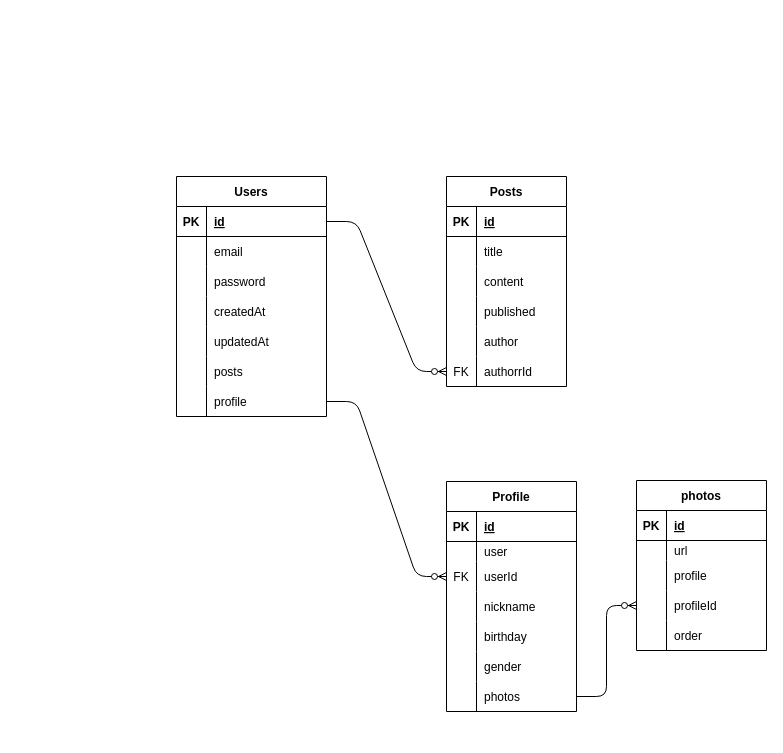
Before: er.dio in yuki-maeda-knowable/nextjs-typescript-prisma-supabase-app, a draw.io diagram. Source tidied: cells renumbered, new cells numbered last; positions are measured from the earlier drawing's top-left corner, leaving out a move shared by most shapes. Both pictures are drawn from the tidied source at 100%, with x=0, y=0 at pixel (176, 176).
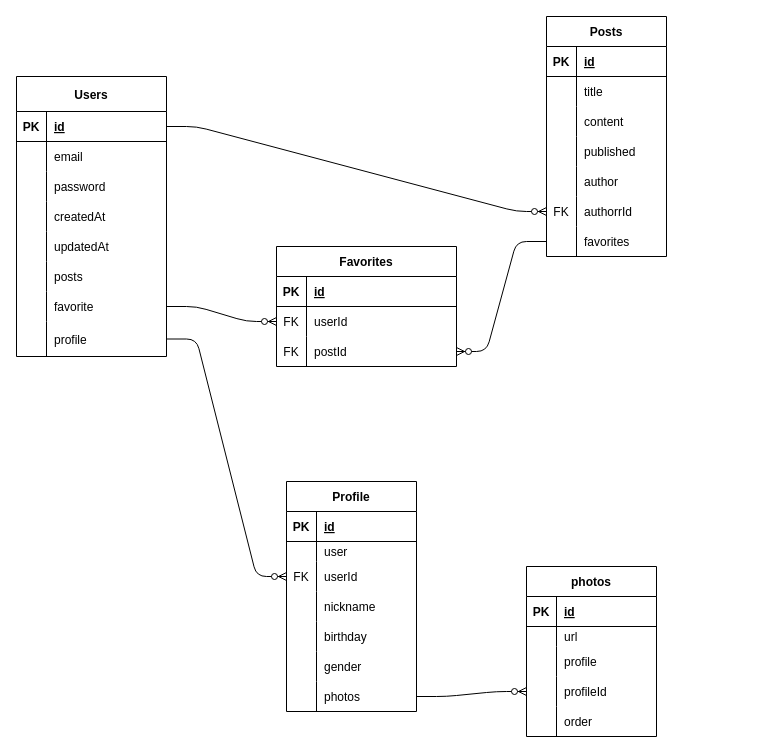
The same page after the edit.

What changed in the source:
```diff
@@
-    <mxCell id="2" value="Users" style="shape=table;startSize=30;childLayout=tableLayout;rowLines=0;fontStyle=1;align=center;" parent="1" vertex="1">
-      <mxGeometry width="150" height="240" as="geometry" />
+    <mxCell id="2" value="Users" style="shape=table;startSize=35;childLayout=tableLayout;rowLines=0;fontStyle=1;align=center;" parent="1" vertex="1">
+      <mxGeometry x="-160" y="-100" width="150" height="280" as="geometry" />
     </mxCell>
     <mxCell id="3" style="shape=tableRow;horizontal=0;startSize=0;swimlaneHead=0;swimlaneBody=0;fillColor=none;points=[[0,0.5],[1,0.5]];portConstraint=eastwest;top=0;left=0;right=0;bottom=1;" parent="2" vertex="1">
-      <mxGeometry y="30" width="150" height="30" as="geometry" />
+      <mxGeometry y="35" width="150" height="30" as="geometry" />
     </mxCell>
@@
     <mxCell id="6" style="shape=tableRow;horizontal=0;startSize=0;swimlaneHead=0;swimlaneBody=0;fillColor=none;top=0;left=0;right=0;bottom=0;" parent="2" vertex="1">
-      <mxGeometry y="60" width="150" height="30" as="geometry" />
+      <mxGeometry y="65" width="150" height="30" as="geometry" />
     </mxCell>
@@
     <mxCell id="9" style="shape=tableRow;horizontal=0;startSize=0;swimlaneHead=0;swimlaneBody=0;fillColor=none;top=0;left=0;right=0;bottom=0;" parent="2" vertex="1">
-      <mxGeometry y="90" width="150" height="30" as="geometry" />
+      <mxGeometry y="95" width="150" height="30" as="geometry" />
     </mxCell>
@@
     <mxCell id="12" style="shape=tableRow;horizontal=0;startSize=0;swimlaneHead=0;swimlaneBody=0;fillColor=none;top=0;left=0;right=0;bottom=0;" parent="2" vertex="1">
-      <mxGeometry y="120" width="150" height="30" as="geometry" />
+      <mxGeometry y="125" width="150" height="30" as="geometry" />
     </mxCell>
@@
     <mxCell id="15" style="shape=tableRow;horizontal=0;startSize=0;swimlaneHead=0;swimlaneBody=0;fillColor=none;top=0;left=0;right=0;bottom=0;" parent="2" vertex="1">
-      <mxGeometry y="150" width="150" height="30" as="geometry" />
+      <mxGeometry y="155" width="150" height="30" as="geometry" />
     </mxCell>
@@
     <mxCell id="18" style="shape=tableRow;horizontal=0;startSize=0;swimlaneHead=0;swimlaneBody=0;fillColor=none;top=0;left=0;right=0;bottom=0;" parent="2" vertex="1">
-      <mxGeometry y="180" width="150" height="30" as="geometry" />
+      <mxGeometry y="185" width="150" height="30" as="geometry" />
     </mxCell>
@@
+    <mxCell id="84" style="shape=tableRow;horizontal=0;startSize=0;swimlaneHead=0;swimlaneBody=0;fillColor=none;points=[[0,0.5],[1,0.5]];portConstraint=eastwest;top=0;left=0;right=0;bottom=0;" parent="2" vertex="1">
+      <mxGeometry y="215" width="150" height="30" as="geometry" />
+    </mxCell>
+    <mxCell id="85" style="shape=partialRectangle;fillColor=none;top=0;left=0;bottom=0;right=0;overflow=hidden;" parent="84" vertex="1">
+      <mxGeometry width="30" height="30" as="geometry" />
+    </mxCell>
+    <mxCell id="86" value="favorite" style="shape=partialRectangle;fillColor=none;top=0;left=0;bottom=0;right=0;align=left;spacingLeft=6;overflow=hidden;" parent="84" vertex="1">
+      <mxGeometry x="30" width="120" height="30" as="geometry" />
+    </mxCell>
     <mxCell id="21" style="shape=tableRow;horizontal=0;startSize=0;swimlaneHead=0;swimlaneBody=0;fillColor=none;points=[[0,0.5],[1,0.5]];portConstraint=eastwest;top=0;left=0;right=0;bottom=0;" parent="2" vertex="1">
-      <mxGeometry y="210" width="150" height="30" as="geometry" />
+      <mxGeometry y="245" width="150" height="35" as="geometry" />
     </mxCell>
     <mxCell id="22" style="shape=partialRectangle;fillColor=none;top=0;left=0;bottom=0;right=0;overflow=hidden;" parent="21" vertex="1">
-      <mxGeometry width="30" height="30" as="geometry" />
+      <mxGeometry width="30" height="35" as="geometry" />
     </mxCell>
     <mxCell id="23" value="profile" style="shape=partialRectangle;fillColor=none;top=0;left=0;bottom=0;right=0;align=left;spacingLeft=6;overflow=hidden;" parent="21" vertex="1">
-      <mxGeometry x="30" width="120" height="30" as="geometry" />
+      <mxGeometry x="30" width="120" height="35" as="geometry" />
     </mxCell>
     <mxCell id="24" value="Posts" style="shape=table;startSize=30;childLayout=tableLayout;rowLines=0;fontStyle=1;align=center;" parent="1" vertex="1">
-      <mxGeometry x="270" width="120" height="210" as="geometry" />
+      <mxGeometry x="370" y="-160" width="120" height="240" as="geometry" />
     </mxCell>
@@
+    <mxCell id="87" style="shape=tableRow;horizontal=0;startSize=0;swimlaneHead=0;swimlaneBody=0;fillColor=none;points=[[0,0.5],[1,0.5]];portConstraint=eastwest;top=0;left=0;right=0;bottom=0;" parent="24" vertex="1">
+      <mxGeometry y="210" width="120" height="30" as="geometry" />
+    </mxCell>
+    <mxCell id="88" style="shape=partialRectangle;fillColor=none;top=0;left=0;bottom=0;right=0;overflow=hidden;" parent="87" vertex="1">
+      <mxGeometry width="30" height="30" as="geometry" />
+    </mxCell>
+    <mxCell id="89" value="favorites" style="shape=partialRectangle;fillColor=none;top=0;left=0;bottom=0;right=0;align=left;spacingLeft=6;overflow=hidden;" parent="87" vertex="1">
+      <mxGeometry x="30" width="90" height="30" as="geometry" />
+    </mxCell>
@@
     <mxCell id="44" value="Profile" style="shape=table;startSize=30;childLayout=tableLayout;rowLines=0;fontStyle=1;align=center;" parent="1" vertex="1">
-      <mxGeometry x="270" y="305" width="130" height="230" as="geometry" />
+      <mxGeometry x="110" y="305" width="130" height="230" as="geometry" />
     </mxCell>
@@
     <mxCell id="66" value="photos" style="shape=table;startSize=30;childLayout=tableLayout;rowLines=0;fontStyle=1;align=center;" parent="1" vertex="1">
-      <mxGeometry x="460" y="304" width="130" height="170" as="geometry" />
+      <mxGeometry x="350" y="390" width="130" height="170" as="geometry" />
     </mxCell>
@@
+    <mxCell id="90" value="Favorites" style="shape=table;startSize=30;childLayout=tableLayout;rowLines=0;fontStyle=1;align=center;" parent="1" vertex="1">
+      <mxGeometry x="100" y="70" width="180" height="120" as="geometry" />
+    </mxCell>
+    <mxCell id="91" style="shape=tableRow;horizontal=0;startSize=0;swimlaneHead=0;swimlaneBody=0;fillColor=none;top=0;left=0;right=0;bottom=1;" parent="90" vertex="1">
+      <mxGeometry y="30" width="180" height="30" as="geometry" />
+    </mxCell>
+    <mxCell id="92" value="PK" style="shape=partialRectangle;fillColor=none;top=0;left=0;bottom=0;right=0;fontStyle=1;overflow=hidden;" parent="91" vertex="1">
+      <mxGeometry width="30" height="30" as="geometry" />
+    </mxCell>
+    <mxCell id="93" value="id" style="shape=partialRectangle;fillColor=none;top=0;left=0;bottom=0;right=0;align=left;spacingLeft=6;fontStyle=5;overflow=hidden;" parent="91" vertex="1">
+      <mxGeometry x="30" width="150" height="30" as="geometry" />
+    </mxCell>
+    <mxCell id="94" style="shape=tableRow;horizontal=0;startSize=0;swimlaneHead=0;swimlaneBody=0;fillColor=none;points=[[0,0.5],[1,0.5]];portConstraint=eastwest;top=0;left=0;right=0;bottom=0;" parent="90" vertex="1">
+      <mxGeometry y="60" width="180" height="30" as="geometry" />
+    </mxCell>
+    <mxCell id="95" value="FK" style="shape=partialRectangle;fillColor=none;top=0;left=0;bottom=0;right=0;overflow=hidden;" parent="94" vertex="1">
+      <mxGeometry width="30" height="30" as="geometry" />
+    </mxCell>
+    <mxCell id="96" value="userId" style="shape=partialRectangle;fillColor=none;top=0;left=0;bottom=0;right=0;align=left;spacingLeft=6;overflow=hidden;" parent="94" vertex="1">
+      <mxGeometry x="30" width="150" height="30" as="geometry" />
+    </mxCell>
+    <mxCell id="97" style="shape=tableRow;horizontal=0;startSize=0;swimlaneHead=0;swimlaneBody=0;fillColor=none;points=[[0,0.5],[1,0.5]];portConstraint=eastwest;top=0;left=0;right=0;bottom=0;" parent="90" vertex="1">
+      <mxGeometry y="90" width="180" height="30" as="geometry" />
+    </mxCell>
+    <mxCell id="98" value="FK" style="shape=partialRectangle;fillColor=none;top=0;left=0;bottom=0;right=0;overflow=hidden;" parent="97" vertex="1">
+      <mxGeometry width="30" height="30" as="geometry" />
+    </mxCell>
+    <mxCell id="99" value="postId" style="shape=partialRectangle;fillColor=none;top=0;left=0;bottom=0;right=0;align=left;spacingLeft=6;overflow=hidden;" parent="97" vertex="1">
+      <mxGeometry x="30" width="150" height="30" as="geometry" />
+    </mxCell>
+    <mxCell id="100" style="edgeStyle=entityRelationEdgeStyle;fontSize=12;html=1;endArrow=ERzeroToMany;endFill=1;exitX=0;exitY=0.5;exitDx=0;exitDy=0;entryX=1;entryY=0.5;entryDx=0;entryDy=0;" parent="1" edge="1" source="87" target="97">
+      <mxGeometry relative="1" as="geometry" />
+    </mxCell>
+    <mxCell id="101" style="edgeStyle=entityRelationEdgeStyle;fontSize=12;html=1;endArrow=ERzeroToMany;endFill=1;exitX=1;exitY=0.5;exitDx=0;exitDy=0;entryX=0;entryY=0.5;entryDx=0;entryDy=0;" parent="1" edge="1" source="84" target="94">
+      <mxGeometry relative="1" as="geometry" />
+    </mxCell>
```
